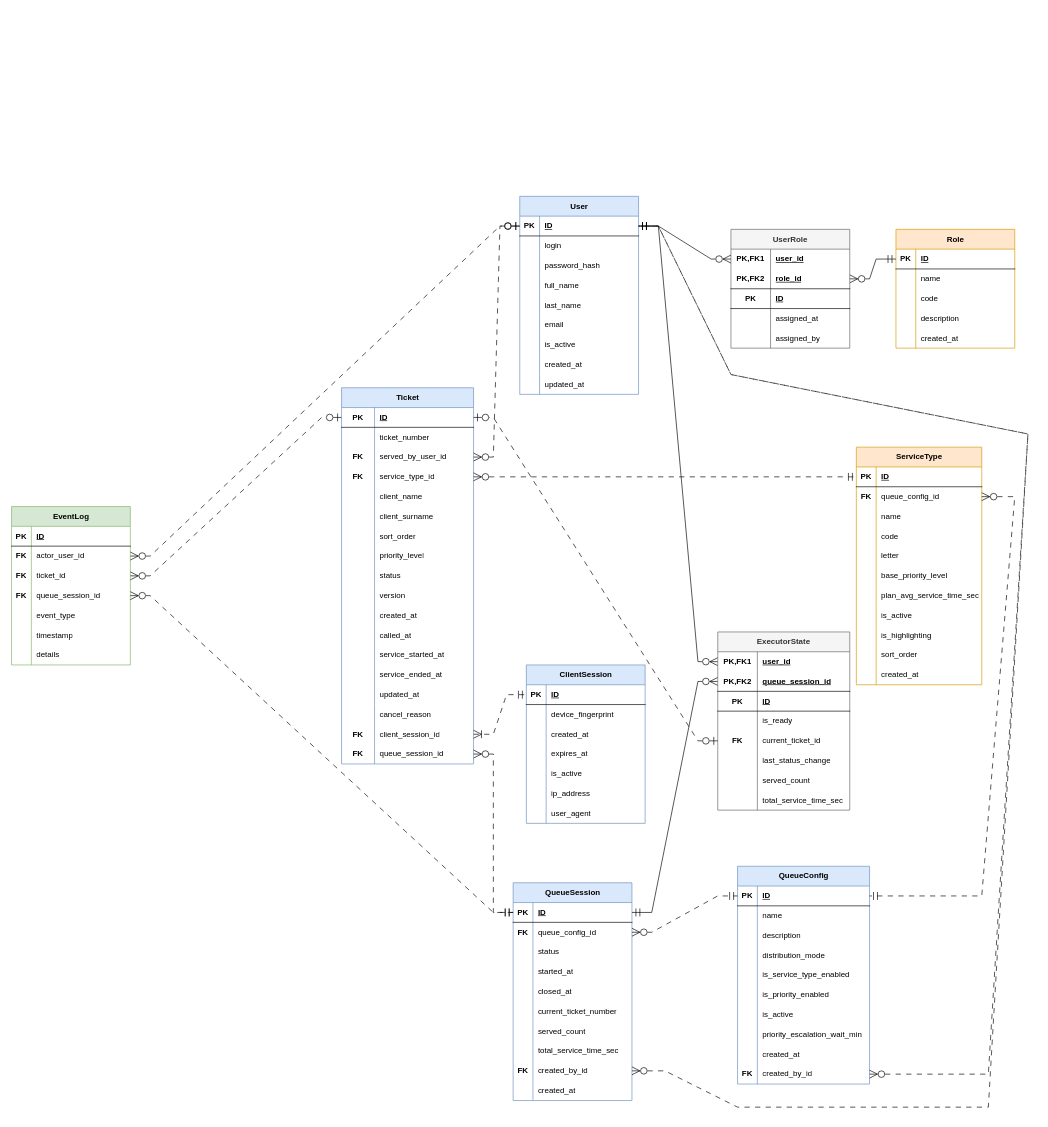
The draw.io diagram design-sourses/data/logical-data-model.drawio in DaL1ner/virtual_queue_management_system, before the edit. Source tidied: cells renumbered, new cells numbered last; positions are measured from the earlier drawing's top-left corner, leaving out a move shared by most shapes. Both pictures are drawn from the tidied source at 66%, with x=0, y=0 at pixel (11, 196).
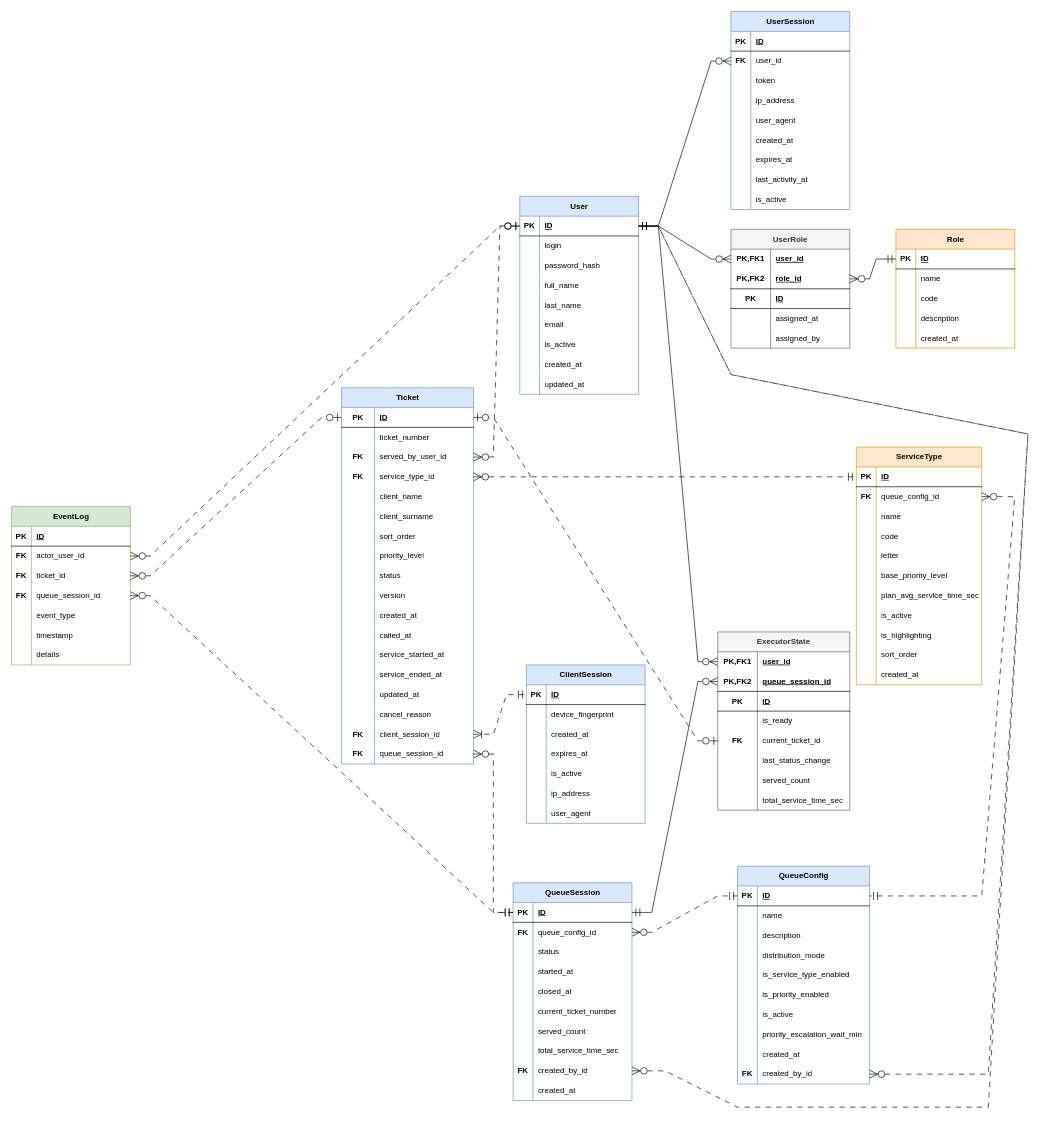
The same diagram, later.

The change refers to these unchanged cells:
```xml
<mxCell id="3" style="shape=tableRow;horizontal=0;startSize=0;swimlaneHead=0;swimlaneBody=0;fillColor=none;points=[[0,0.5],[1,0.5]];portConstraint=eastwest;top=0;left=0;right=0;bottom=1;" parent="2" vertex="1">
  <mxGeometry y="30" width="180" height="30" as="geometry" />
</mxCell>
```

Diff of the diagram source:
```diff
@@
+    <mxCell id="298" value="UserSession" style="shape=table;startSize=30;childLayout=tableLayout;rowLines=0;fontStyle=1;align=center;html=1;fillColor=#dae8fc;strokeColor=#6c8ebf;" parent="1" vertex="1">
+      <mxGeometry x="1090" y="-280" width="180" height="300" as="geometry" />
+    </mxCell>
+    <mxCell id="299" style="shape=tableRow;horizontal=0;startSize=0;swimlaneHead=0;swimlaneBody=0;fillColor=none;top=0;left=0;right=0;bottom=1;" parent="298" vertex="1">
+      <mxGeometry y="30" width="180" height="30" as="geometry" />
+    </mxCell>
+    <mxCell id="300" value="PK" style="shape=partialRectangle;fillColor=none;top=0;left=0;bottom=0;right=0;fontStyle=1;overflow=hidden;whiteSpace=wrap;html=1;" parent="299" vertex="1">
+      <mxGeometry width="30" height="30" as="geometry" />
+    </mxCell>
+    <mxCell id="301" value="ID" style="shape=partialRectangle;fillColor=none;top=0;left=0;bottom=0;right=0;align=left;spacingLeft=6;fontStyle=5;overflow=hidden;whiteSpace=wrap;html=1;" parent="299" vertex="1">
+      <mxGeometry x="30" width="150" height="30" as="geometry" />
+    </mxCell>
+    <mxCell id="302" style="shape=tableRow;horizontal=0;startSize=0;swimlaneHead=0;swimlaneBody=0;fillColor=none;points=[[0,0.5],[1,0.5]];portConstraint=eastwest;top=0;left=0;right=0;bottom=0;" parent="298" vertex="1">
+      <mxGeometry y="60" width="180" height="30" as="geometry" />
+    </mxCell>
+    <mxCell id="303" value="&lt;b&gt;FK&lt;/b&gt;" style="shape=partialRectangle;fillColor=none;top=0;left=0;bottom=0;right=0;overflow=hidden;whiteSpace=wrap;html=1;" parent="302" vertex="1">
+      <mxGeometry width="30" height="30" as="geometry" />
+    </mxCell>
+    <mxCell id="304" value="user_id" style="shape=partialRectangle;fillColor=none;top=0;left=0;bottom=0;right=0;align=left;spacingLeft=6;overflow=hidden;whiteSpace=wrap;html=1;" parent="302" vertex="1">
+      <mxGeometry x="30" width="150" height="30" as="geometry" />
+    </mxCell>
+    <mxCell id="305" style="shape=tableRow;horizontal=0;startSize=0;swimlaneHead=0;swimlaneBody=0;fillColor=none;top=0;left=0;right=0;bottom=0;" parent="298" vertex="1">
+      <mxGeometry y="90" width="180" height="30" as="geometry" />
+    </mxCell>
+    <mxCell id="306" style="shape=partialRectangle;fillColor=none;top=0;left=0;bottom=0;right=0;overflow=hidden;whiteSpace=wrap;html=1;" parent="305" vertex="1">
+      <mxGeometry width="30" height="30" as="geometry" />
+    </mxCell>
+    <mxCell id="307" value="token" style="shape=partialRectangle;fillColor=none;top=0;left=0;bottom=0;right=0;align=left;spacingLeft=6;overflow=hidden;whiteSpace=wrap;html=1;" parent="305" vertex="1">
+      <mxGeometry x="30" width="150" height="30" as="geometry" />
+    </mxCell>
+    <mxCell id="308" style="shape=tableRow;horizontal=0;startSize=0;swimlaneHead=0;swimlaneBody=0;fillColor=none;top=0;left=0;right=0;bottom=0;" parent="298" vertex="1">
+      <mxGeometry y="120" width="180" height="30" as="geometry" />
+    </mxCell>
+    <mxCell id="309" style="shape=partialRectangle;fillColor=none;top=0;left=0;bottom=0;right=0;overflow=hidden;whiteSpace=wrap;html=1;" parent="308" vertex="1">
+      <mxGeometry width="30" height="30" as="geometry" />
+    </mxCell>
+    <mxCell id="310" value="ip_address" style="shape=partialRectangle;fillColor=none;top=0;left=0;bottom=0;right=0;align=left;spacingLeft=6;overflow=hidden;whiteSpace=wrap;html=1;" parent="308" vertex="1">
+      <mxGeometry x="30" width="150" height="30" as="geometry" />
+    </mxCell>
+    <mxCell id="311" style="shape=tableRow;horizontal=0;startSize=0;swimlaneHead=0;swimlaneBody=0;fillColor=none;top=0;left=0;right=0;bottom=0;" parent="298" vertex="1">
+      <mxGeometry y="150" width="180" height="30" as="geometry" />
+    </mxCell>
+    <mxCell id="312" style="shape=partialRectangle;fillColor=none;top=0;left=0;bottom=0;right=0;overflow=hidden;whiteSpace=wrap;html=1;" parent="311" vertex="1">
+      <mxGeometry width="30" height="30" as="geometry" />
+    </mxCell>
+    <mxCell id="313" value="user_agent" style="shape=partialRectangle;fillColor=none;top=0;left=0;bottom=0;right=0;align=left;spacingLeft=6;overflow=hidden;whiteSpace=wrap;html=1;" parent="311" vertex="1">
+      <mxGeometry x="30" width="150" height="30" as="geometry" />
+    </mxCell>
+    <mxCell id="314" style="shape=tableRow;horizontal=0;startSize=0;swimlaneHead=0;swimlaneBody=0;fillColor=none;top=0;left=0;right=0;bottom=0;" parent="298" vertex="1">
+      <mxGeometry y="180" width="180" height="30" as="geometry" />
+    </mxCell>
+    <mxCell id="315" style="shape=partialRectangle;fillColor=none;top=0;left=0;bottom=0;right=0;overflow=hidden;whiteSpace=wrap;html=1;" parent="314" vertex="1">
+      <mxGeometry width="30" height="30" as="geometry" />
+    </mxCell>
+    <mxCell id="316" value="created_at" style="shape=partialRectangle;fillColor=none;top=0;left=0;bottom=0;right=0;align=left;spacingLeft=6;overflow=hidden;whiteSpace=wrap;html=1;" parent="314" vertex="1">
+      <mxGeometry x="30" width="150" height="30" as="geometry" />
+    </mxCell>
+    <mxCell id="317" style="shape=tableRow;horizontal=0;startSize=0;swimlaneHead=0;swimlaneBody=0;fillColor=none;top=0;left=0;right=0;bottom=0;" parent="298" vertex="1">
+      <mxGeometry y="210" width="180" height="30" as="geometry" />
+    </mxCell>
+    <mxCell id="318" style="shape=partialRectangle;fillColor=none;top=0;left=0;bottom=0;right=0;overflow=hidden;whiteSpace=wrap;html=1;" parent="317" vertex="1">
+      <mxGeometry width="30" height="30" as="geometry" />
+    </mxCell>
+    <mxCell id="319" value="expires_at" style="shape=partialRectangle;fillColor=none;top=0;left=0;bottom=0;right=0;align=left;spacingLeft=6;overflow=hidden;whiteSpace=wrap;html=1;" parent="317" vertex="1">
+      <mxGeometry x="30" width="150" height="30" as="geometry" />
+    </mxCell>
+    <mxCell id="320" style="shape=tableRow;horizontal=0;startSize=0;swimlaneHead=0;swimlaneBody=0;fillColor=none;top=0;left=0;right=0;bottom=0;" parent="298" vertex="1">
+      <mxGeometry y="240" width="180" height="30" as="geometry" />
+    </mxCell>
+    <mxCell id="321" style="shape=partialRectangle;fillColor=none;top=0;left=0;bottom=0;right=0;overflow=hidden;whiteSpace=wrap;html=1;" parent="320" vertex="1">
+      <mxGeometry width="30" height="30" as="geometry" />
+    </mxCell>
+    <mxCell id="322" value="last_activity_at" style="shape=partialRectangle;fillColor=none;top=0;left=0;bottom=0;right=0;align=left;spacingLeft=6;overflow=hidden;whiteSpace=wrap;html=1;" parent="320" vertex="1">
+      <mxGeometry x="30" width="150" height="30" as="geometry" />
+    </mxCell>
+    <mxCell id="323" style="shape=tableRow;horizontal=0;startSize=0;swimlaneHead=0;swimlaneBody=0;fillColor=none;top=0;left=0;right=0;bottom=0;" parent="298" vertex="1">
+      <mxGeometry y="270" width="180" height="30" as="geometry" />
+    </mxCell>
+    <mxCell id="324" style="shape=partialRectangle;fillColor=none;top=0;left=0;bottom=0;right=0;overflow=hidden;whiteSpace=wrap;html=1;" parent="323" vertex="1">
+      <mxGeometry width="30" height="30" as="geometry" />
+    </mxCell>
+    <mxCell id="325" value="is_active" style="shape=partialRectangle;fillColor=none;top=0;left=0;bottom=0;right=0;align=left;spacingLeft=6;overflow=hidden;whiteSpace=wrap;html=1;" parent="323" vertex="1">
+      <mxGeometry x="30" width="150" height="30" as="geometry" />
+    </mxCell>
+    <mxCell id="326" style="edgeStyle=entityRelationEdgeStyle;rounded=0;jettySize=auto;html=1;exitX=1;exitY=0.5;exitDx=0;exitDy=0;entryX=0;entryY=0.5;entryDx=0;entryDy=0;startArrow=ERmandOne;startFill=0;endArrow=ERzeroToMany;endFill=0;startSize=10;endSize=10;" parent="1" edge="1" source="3" target="302">
+      <mxGeometry relative="1" as="geometry" />
+    </mxCell>
```
